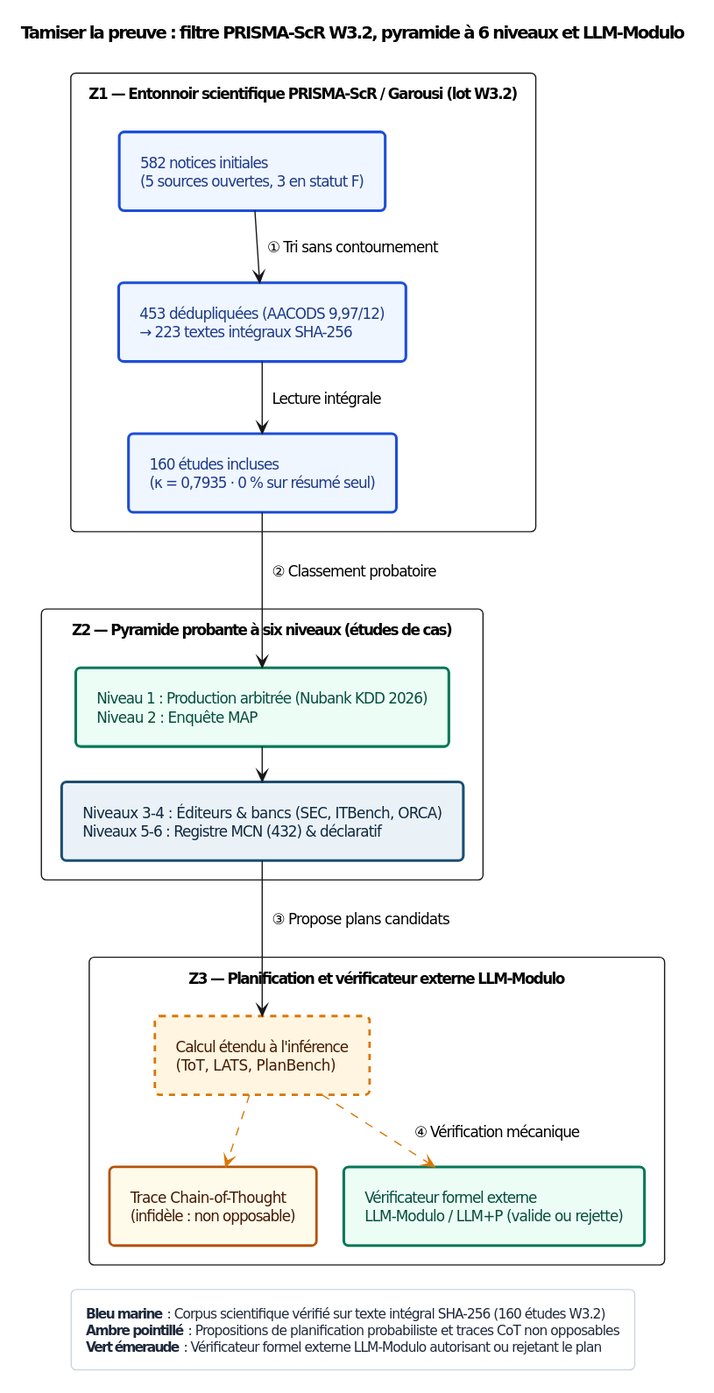
The PlantUML diagram Compendium/ouvrage/schemas/rendus/SCH-01-03.svg in agbruneau/Agentique, before a commit.
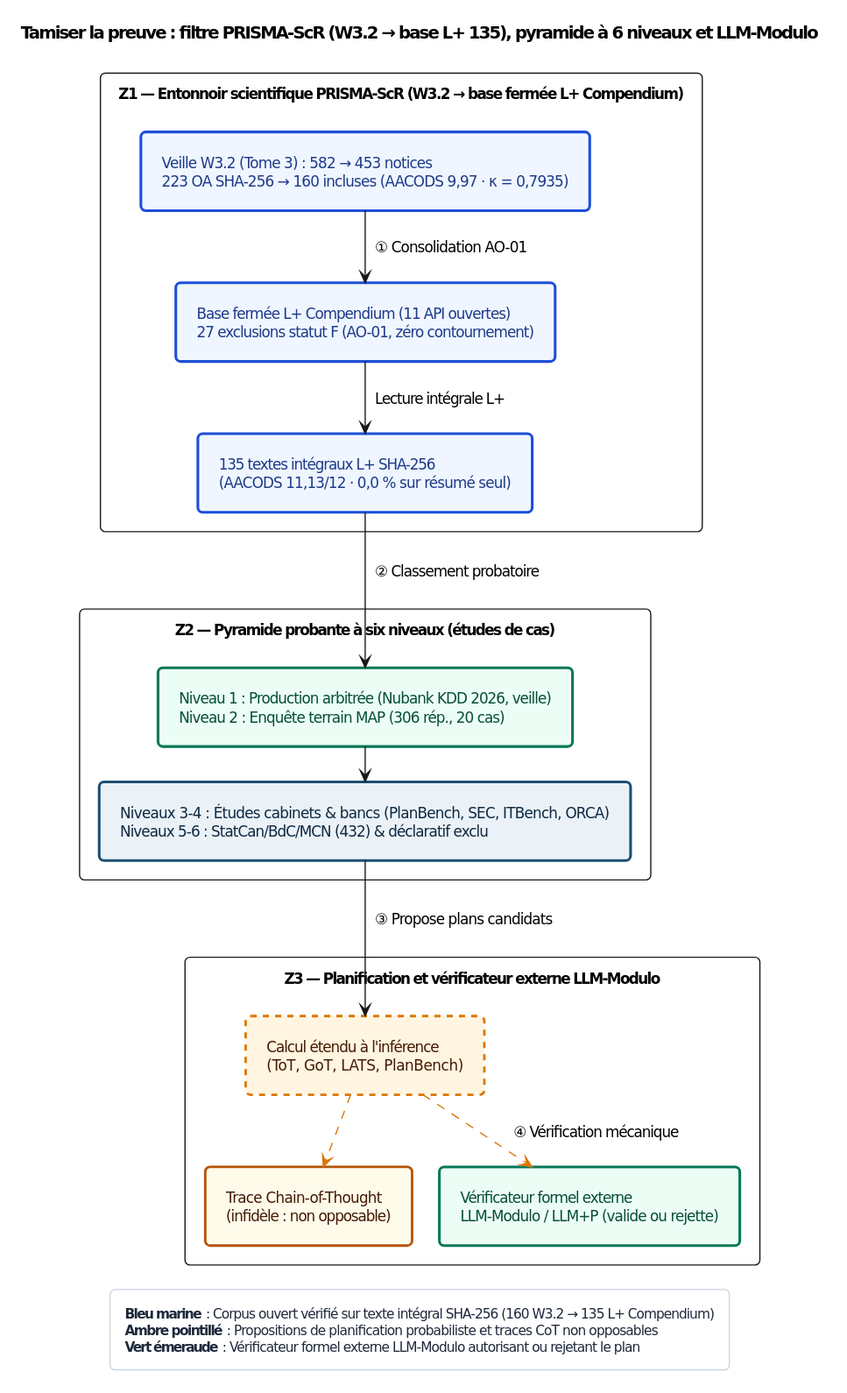
After the commit.

The edit, as a diff of the source:
```diff
@@ -25,25 +25,25 @@
 skinparam padding 7
 
 top to bottom direction
-title Tamiser la preuve : filtre PRISMA-ScR W3.2, pyramide à 6 niveaux et LLM-Modulo
+title Tamiser la preuve : filtre PRISMA-ScR (W3.2 → base L+ 135), pyramide à 6 niveaux et LLM-Modulo
 
-package "Z1 — Entonnoir scientifique PRISMA-ScR / Garousi (lot W3.2)" {
-  rectangle "582 notices initiales\n(5 sources ouvertes, 3 en statut F)" as N1 <<blue>>
-  rectangle "453 dédupliquées (AACODS 9,97/12)\n→ 223 textes intégraux SHA-256" as N2 <<blue>>
-  rectangle "160 études incluses\n(κ = 0,7935 · 0 % sur résumé seul)" as N3 <<blue>>
-  N1 --> N2 : ① Tri sans contournement
-  N2 --> N3 : Lecture intégrale
+package "Z1 — Entonnoir scientifique PRISMA-ScR (W3.2 → base fermée L+ Compendium)" {
+  rectangle "Veille W3.2 (Tome 3) : 582 → 453 notices\n223 OA SHA-256 → 160 incluses (AACODS 9,97 · κ = 0,7935)" as N1 <<blue>>
+  rectangle "Base fermée L+ Compendium (11 API ouvertes)\n27 exclusions statut F (AO-01, zéro contournement)" as N2 <<blue>>
+  rectangle "135 textes intégraux L+ SHA-256\n(AACODS 11,13/12 · 0,0 % sur résumé seul)" as N3 <<blue>>
+  N1 --> N2 : ① Consolidation AO-01
+  N2 --> N3 : Lecture intégrale L+
 }
 
 package "Z2 — Pyramide probante à six niveaux (études de cas)" {
-  rectangle "Niveau 1 : Production arbitrée (Nubank KDD 2026)\nNiveau 2 : Enquête MAP" as N4 <<green>>
-  rectangle "Niveaux 3-4 : Éditeurs & bancs (SEC, ITBench, ORCA)\nNiveaux 5-6 : Registre MCN (432) & déclaratif" as N5 <<det>>
+  rectangle "Niveau 1 : Production arbitrée (Nubank KDD 2026, veille)\nNiveau 2 : Enquête terrain MAP (306 rép., 20 cas)" as N4 <<green>>
+  rectangle "Niveaux 3-4 : Études cabinets & bancs (PlanBench, SEC, ITBench, ORCA)\nNiveaux 5-6 : StatCan/BdC/MCN (432) & déclaratif exclu" as N5 <<det>>
   N3 --> N4 : ② Classement probatoire
   N4 --> N5
 }
 
 package "Z3 — Planification et vérificateur externe LLM-Modulo" {
-  rectangle "Calcul étendu à l'inférence\n(ToT, LATS, PlanBench)" as N6 <<prob>>
+  rectangle "Calcul étendu à l'inférence\n(ToT, GoT, LATS, PlanBench)" as N6 <<prob>>
   rectangle "Trace Chain-of-Thought\n(infidèle : non opposable)" as N7 <<amber>>
   rectangle "Vérificateur formel externe\nLLM-Modulo / LLM+P (valide ou rejette)" as N8 <<green>>
   N5 --> N6 : ③ Propose plans candidats
@@ -52,7 +52,7 @@
 }
 
 legend bottom
-  **Bleu marine** : Corpus scientifique vérifié sur texte intégral SHA-256 (160 études W3.2)
+  **Bleu marine** : Corpus ouvert vérifié sur texte intégral SHA-256 (160 W3.2 → 135 L+ Compendium)
   **Ambre pointillé** : Propositions de planification probabiliste et traces CoT non opposables
   **Vert émeraude** : Vérificateur formel externe LLM-Modulo autorisant ou rejetant le plan
 end legend
```
